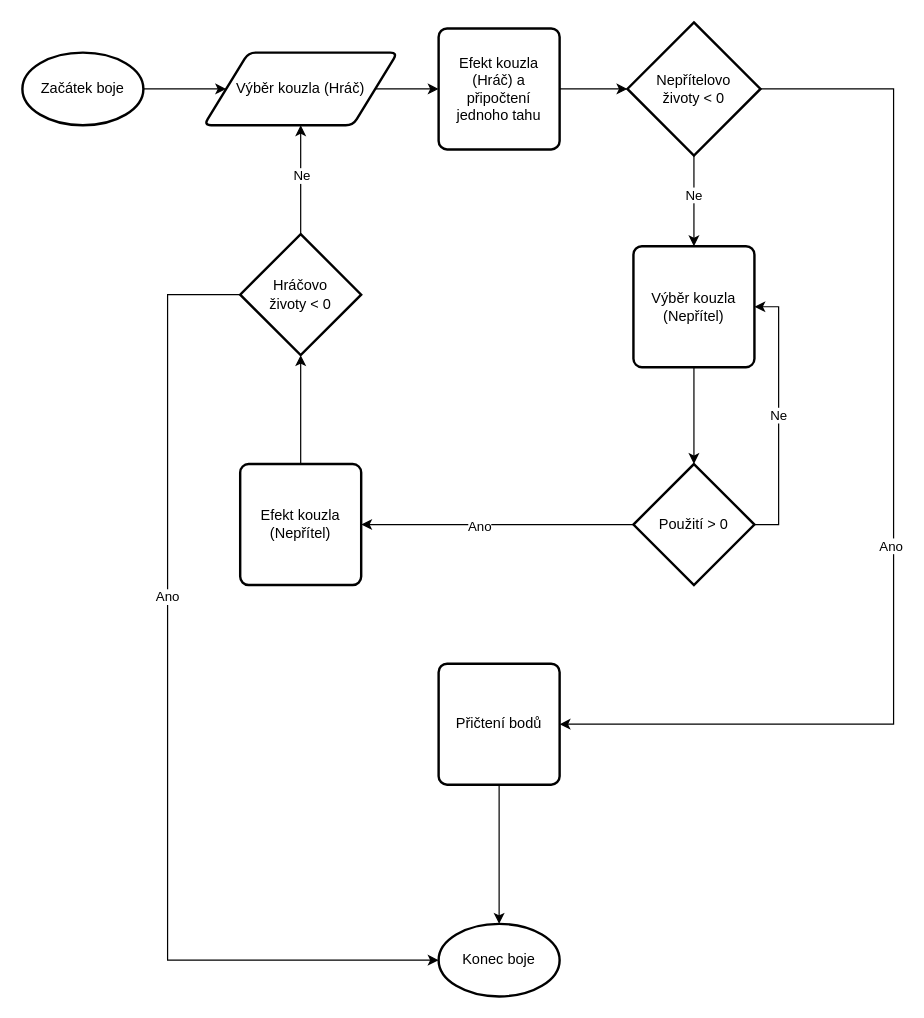
Earlier version of the draw.io diagram FightSystem.drawio (klimejo22/DMP_MiscNaPisemnou). Source tidied: cells renumbered, new cells numbered last; positions are measured from the earlier drawing's top-left corner, leaving out a move shared by most shapes. Both pictures are drawn from the tidied source at 121%, with x=0, y=0 at pixel (22, 22).
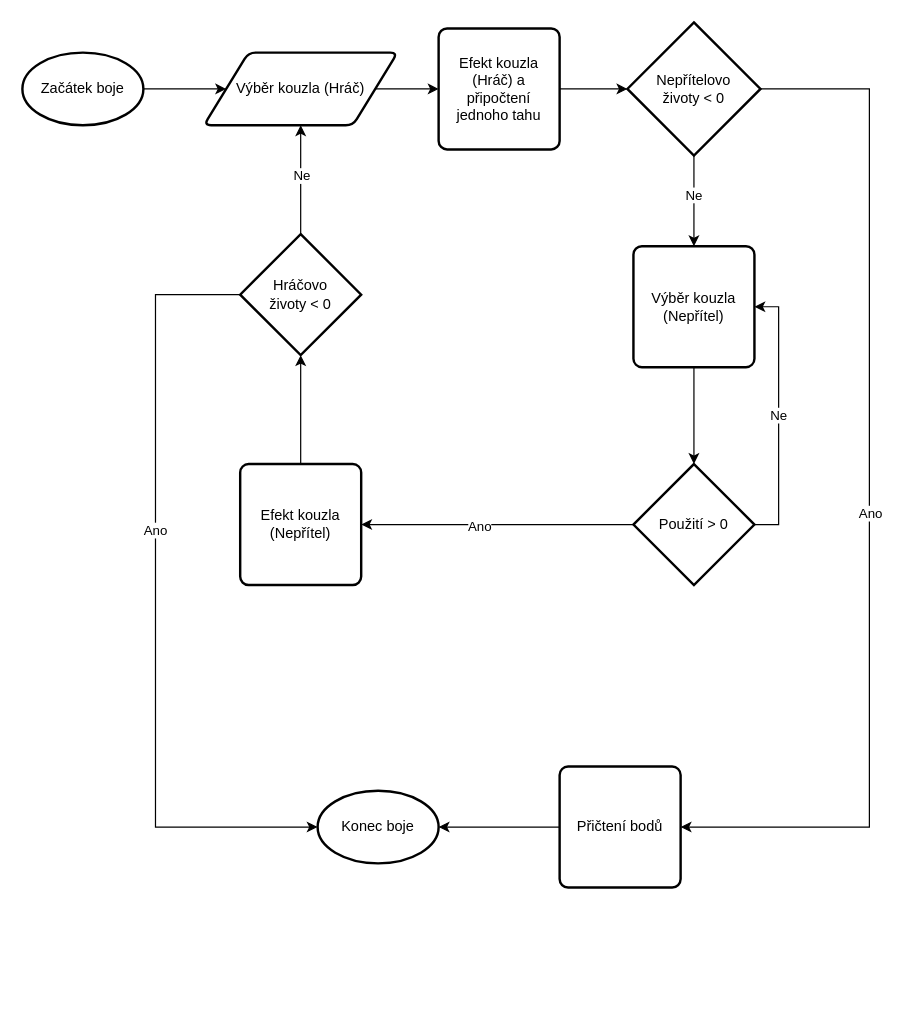
The same page after the edit.

Commit message:
Uprava diagram

Unchanged cells that the change refers to:
```xml
<mxCell id="19" value="Nepřítelovo&lt;div&gt;životy &amp;lt; 0&lt;/div&gt;" style="strokeWidth=2;html=1;shape=mxgraph.flowchart.decision;whiteSpace=wrap;" parent="1" vertex="1">
  <mxGeometry x="500" width="110" height="110" as="geometry" />
</mxCell>
<mxCell id="25" value="Hráčovo&lt;div&gt;životy &amp;lt; 0&lt;/div&gt;" style="strokeWidth=2;html=1;shape=mxgraph.flowchart.decision;whiteSpace=wrap;" parent="1" vertex="1">
  <mxGeometry x="180" y="175" width="100" height="100" as="geometry" />
</mxCell>
```

What changed in the source:
```diff
@@
     <mxCell id="17" style="edgeStyle=orthogonalEdgeStyle;rounded=0;jettySize=auto;html=1;entryX=1;entryY=0.5;entryDx=0;entryDy=0;" parent="1" edge="1" source="19" target="27">
       <mxGeometry relative="1" as="geometry">
         <Array as="points">
-          <mxPoint x="720" y="55" />
-          <mxPoint x="720" y="580" />
+          <mxPoint x="700" y="55" />
+          <mxPoint x="700" y="665" />
         </Array>
       </mxGeometry>
     </mxCell>
-    <mxCell id="18" value="Ano" style="edgeLabel;html=1;align=center;verticalAlign=middle;" parent="17" vertex="1">
-      <mxGeometry x="0.07" y="-3" relative="1" as="geometry" />
-    </mxCell>
+    <mxCell id="30" value="Ano" style="edgeLabel;html=1;align=center;verticalAlign=middle;" parent="17" vertex="1">
+      <mxGeometry x="0.03" relative="1" as="geometry" />
+    </mxCell>
@@
-    <mxCell id="23" style="edgeStyle=orthogonalEdgeStyle;rounded=0;jettySize=auto;html=1;entryX=0;entryY=0.5;entryDx=0;entryDy=0;entryPerimeter=0;" parent="1" edge="1" source="25" target="28">
-      <mxGeometry relative="1" as="geometry">
-        <Array as="points">
-          <mxPoint x="120" y="225" />
-          <mxPoint x="120" y="775" />
-        </Array>
-      </mxGeometry>
-    </mxCell>
-    <mxCell id="24" value="Ano" style="edgeLabel;html=1;align=center;verticalAlign=middle;" parent="23" vertex="1">
-      <mxGeometry x="-0.26" y="-1" relative="1" as="geometry" />
-    </mxCell>
@@
     <mxCell id="27" value="Přičtení bodů" style="rounded=1;whiteSpace=wrap;html=1;absoluteArcSize=1;arcSize=14;strokeWidth=2;" parent="1" vertex="1">
-      <mxGeometry x="344" y="530" width="100" height="100" as="geometry" />
+      <mxGeometry x="444" y="615" width="100" height="100" as="geometry" />
     </mxCell>
     <mxCell id="28" value="Konec boje" style="strokeWidth=2;html=1;shape=mxgraph.flowchart.start_1;whiteSpace=wrap;" parent="1" vertex="1">
-      <mxGeometry x="344" y="745" width="100" height="60" as="geometry" />
+      <mxGeometry x="244" y="635" width="100" height="60" as="geometry" />
     </mxCell>
-    <mxCell id="29" style="edgeStyle=orthogonalEdgeStyle;rounded=0;jettySize=auto;html=1;entryX=0.5;entryY=0;entryDx=0;entryDy=0;entryPerimeter=0;" parent="1" edge="1" source="27" target="28">
+    <mxCell id="29" style="edgeStyle=orthogonalEdgeStyle;rounded=0;jettySize=auto;html=1;entryX=1;entryY=0.5;entryDx=0;entryDy=0;entryPerimeter=0;" parent="1" edge="1" source="27" target="28">
       <mxGeometry relative="1" as="geometry" />
     </mxCell>
+    <mxCell id="23" style="edgeStyle=orthogonalEdgeStyle;rounded=0;jettySize=auto;html=1;entryX=0;entryY=0.5;entryDx=0;entryDy=0;entryPerimeter=0;" parent="1" edge="1" source="25" target="28">
+      <mxGeometry relative="1" as="geometry">
+        <Array as="points">
+          <mxPoint x="110" y="225" />
+          <mxPoint x="110" y="665" />
+        </Array>
+      </mxGeometry>
+    </mxCell>
+    <mxCell id="31" value="Ano" style="edgeLabel;html=1;align=center;verticalAlign=middle;" parent="23" vertex="1">
+      <mxGeometry x="-0.18" y="-1" relative="1" as="geometry" />
+    </mxCell>
```
